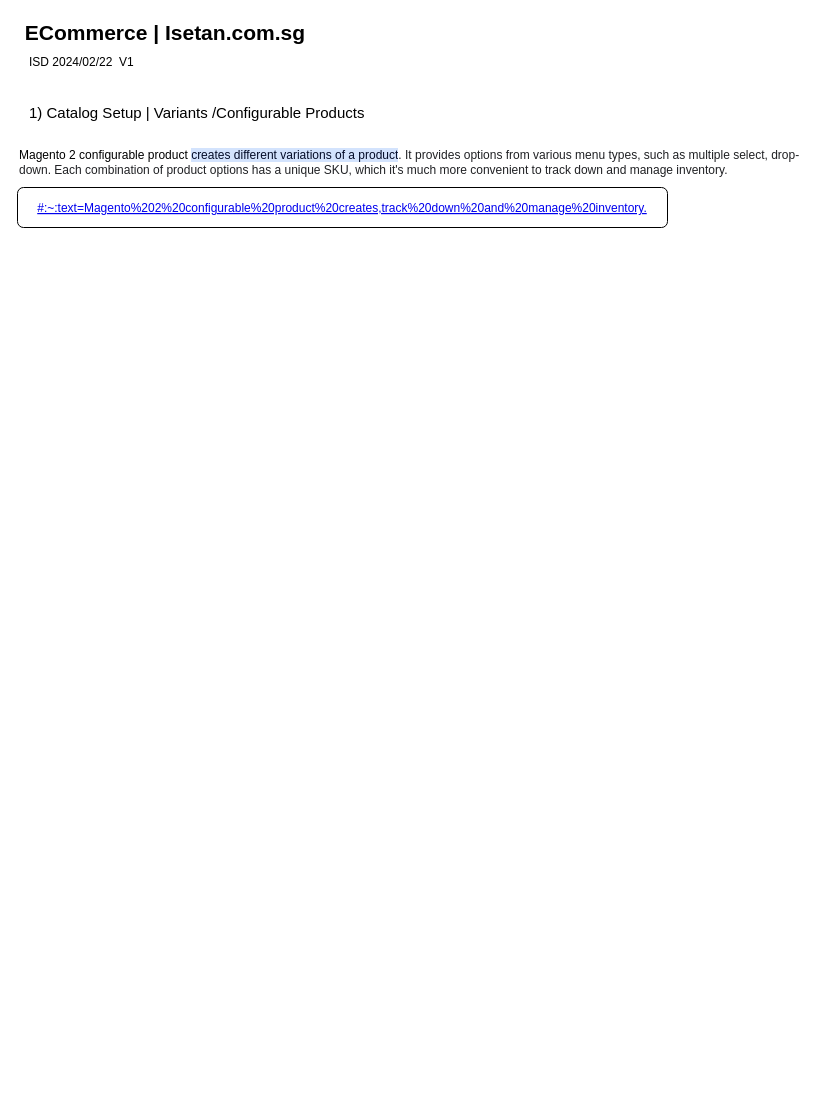
Above: MG_Variants.drawio in kasungl/Isetan_Help (draw.io), before the change. Source tidied: cells renumbered, new cells numbered last; positions are measured from the earlier drawing's top-left corner, leaving out a move shared by most shapes. Both pictures are drawn from the tidied source at 100%, with x=0, y=0 at pixel (17, 17).
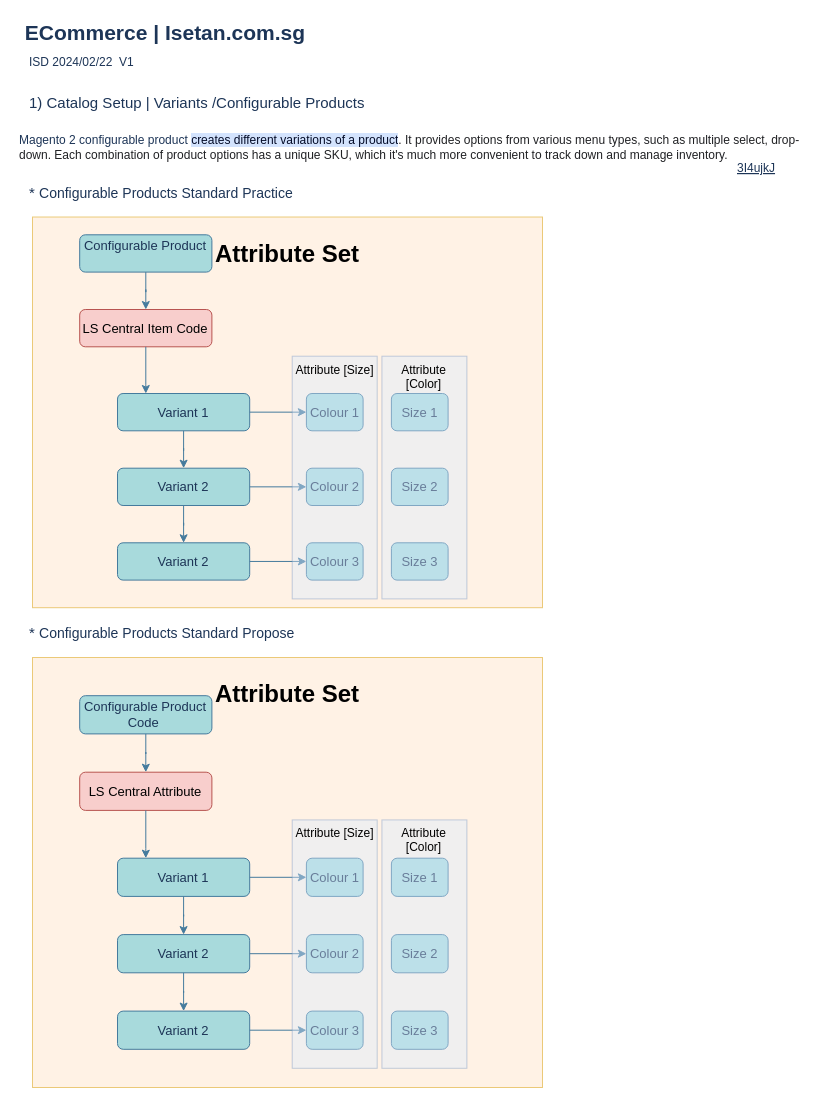
The same diagram, later.

Diff of the diagram source:
```diff
@@
-    <mxCell id="2" value="&amp;nbsp;ECommerce | Isetan.com.sg" style="text;strokeColor=none;align=left;fillColor=none;html=1;verticalAlign=middle;whiteSpace=wrap;rounded=0;fontSize=21;fontStyle=1;" parent="1" vertex="1">
+    <mxCell id="2" value="&amp;nbsp;ECommerce | Isetan.com.sg" style="text;strokeColor=none;align=left;fillColor=none;html=1;verticalAlign=middle;whiteSpace=wrap;rounded=0;fontSize=21;fontStyle=1;labelBackgroundColor=none;fontColor=#1D3557;" parent="1" vertex="1">
       <mxGeometry width="540" height="30" as="geometry" />
     </mxCell>
-    <mxCell id="3" value="1) Catalog Setup | Variants /Configurable Products&amp;nbsp;" style="text;strokeColor=none;align=left;fillColor=none;html=1;verticalAlign=middle;whiteSpace=wrap;rounded=0;fontSize=15;fontStyle=0;" parent="1" vertex="1">
-      <mxGeometry x="10" y="80" width="490" height="30" as="geometry" />
+    <mxCell id="3" value="1) Catalog Setup | Variants /Configurable Products&amp;nbsp;" style="text;strokeColor=none;align=left;fillColor=none;html=1;verticalAlign=middle;whiteSpace=wrap;rounded=0;fontSize=15;fontStyle=0;labelBackgroundColor=none;fontColor=#1D3557;" parent="1" vertex="1">
+      <mxGeometry x="10" y="70" width="490" height="30" as="geometry" />
     </mxCell>
-    <mxCell id="4" value="ISD 2024/02/22&amp;nbsp; V1" style="text;strokeColor=none;align=left;fillColor=none;html=1;verticalAlign=middle;whiteSpace=wrap;rounded=0;" parent="1" vertex="1">
+    <mxCell id="4" value="ISD 2024/02/22&amp;nbsp; V1" style="text;strokeColor=none;align=left;fillColor=none;html=1;verticalAlign=middle;whiteSpace=wrap;rounded=0;labelBackgroundColor=none;fontColor=#1D3557;" parent="1" vertex="1">
       <mxGeometry x="10" y="30" width="160" height="30" as="geometry" />
     </mxCell>
-    <mxCell id="5" value="&lt;font style=&quot;font-size: 12px;&quot;&gt;Magento 2 configurable product&amp;nbsp;&lt;span style=&quot;background-color: rgb(211, 227, 253); color: rgb(4, 12, 40); font-family: &amp;quot;Google Sans&amp;quot;, arial, sans-serif;&quot;&gt;creates different variations of a product&lt;/span&gt;&lt;span style=&quot;color: rgb(32, 33, 36); font-family: &amp;quot;Google Sans&amp;quot;, arial, sans-serif; background-color: rgb(255, 255, 255);&quot;&gt;. It provides options from various menu types, such as multiple select, drop-down. Each combination of product options has a unique SKU, which it's much more convenient to track down and manage inventory.&lt;/span&gt;&lt;/font&gt;" style="text;strokeColor=none;align=left;fillColor=none;html=1;verticalAlign=middle;whiteSpace=wrap;rounded=0;" parent="1" vertex="1">
-      <mxGeometry y="110" width="790" height="70" as="geometry" />
+    <mxCell id="5" value="&lt;font style=&quot;font-size: 12px;&quot;&gt;Magento 2 configurable product&amp;nbsp;&lt;span style=&quot;background-color: rgb(211, 227, 253); color: rgb(4, 12, 40); font-family: &amp;quot;Google Sans&amp;quot;, arial, sans-serif;&quot;&gt;creates different variations of a product&lt;/span&gt;&lt;span style=&quot;color: rgb(32, 33, 36); font-family: &amp;quot;Google Sans&amp;quot;, arial, sans-serif; background-color: rgb(255, 255, 255);&quot;&gt;. It provides options from various menu types, such as multiple select, drop-down. Each combination of product options has a unique SKU, which it's much more convenient to track down and manage inventory.&lt;/span&gt;&lt;/font&gt;" style="text;strokeColor=none;align=left;fillColor=none;html=1;verticalAlign=middle;whiteSpace=wrap;rounded=0;labelBackgroundColor=none;fontColor=#1D3557;" parent="1" vertex="1">
+      <mxGeometry y="100" width="790" height="60" as="geometry" />
     </mxCell>
-    <mxCell id="6" value="#:~:text=Magento%202%20configurable%20product%20creates,track%20down%20and%20manage%20inventory." style="fontColor=#0000EE;fontStyle=4;rounded=1;overflow=hidden;spacing=10;" parent="1" vertex="1">
-      <mxGeometry y="170" width="650" height="40" as="geometry" />
-    </mxCell>
+    <mxCell id="7" value="3I4ujkJ" style="fontColor=#1D3557;fontStyle=4;rounded=0;overflow=hidden;spacing=10;strokeColor=none;fillColor=none;align=left;labelBackgroundColor=none;" parent="1" vertex="1">
+      <mxGeometry x="710" y="130" width="60" height="40" as="geometry" />
+    </mxCell>
+    <mxCell id="8" value="&lt;font style=&quot;&quot;&gt;*&amp;nbsp;&lt;/font&gt;&lt;font style=&quot;font-size: 14px;&quot;&gt;Configurable Products Standard Practice&lt;/font&gt;&amp;nbsp;&amp;nbsp;" style="text;strokeColor=none;align=left;fillColor=none;html=1;verticalAlign=middle;whiteSpace=wrap;rounded=0;fontSize=15;fontStyle=0;labelBackgroundColor=none;fontColor=#1D3557;" parent="1" vertex="1">
+      <mxGeometry x="10" y="160" width="490" height="30" as="geometry" />
+    </mxCell>
+    <mxCell id="9" value="&lt;font style=&quot;&quot;&gt;*&amp;nbsp;&lt;/font&gt;&lt;font style=&quot;font-size: 14px;&quot;&gt;Configurable Products Standard Propose&lt;/font&gt;&amp;nbsp;&amp;nbsp;" style="text;strokeColor=none;align=left;fillColor=none;html=1;verticalAlign=middle;whiteSpace=wrap;rounded=0;fontSize=15;fontStyle=0;labelBackgroundColor=none;fontColor=#1D3557;" parent="1" vertex="1">
+      <mxGeometry x="10" y="600" width="490" height="30" as="geometry" />
+    </mxCell>
+    <mxCell id="10" style="group;" parent="1" vertex="1">
+      <mxGeometry x="15" y="180" width="510" height="420" as="geometry" />
+    </mxCell>
+    <mxCell id="11" value="&lt;h1&gt;Attribute Set&lt;/h1&gt;" style="rounded=0;whiteSpace=wrap;html=1;strokeColor=#d79b00;fillColor=#ffe6cc;opacity=50;verticalAlign=top;align=center;" parent="10" vertex="1">
+      <mxGeometry y="19.5" width="510" height="390.7" as="geometry" />
+    </mxCell>
+    <mxCell id="12" value="Configurable Product&lt;div&gt;&lt;br/&gt;&lt;/div&gt;" style="rounded=1;whiteSpace=wrap;html=1;labelBackgroundColor=none;fillColor=#A8DADC;fontColor=#1D3557;fontSize=13;strokeColor=#457B9D;" parent="10" vertex="1">
+      <mxGeometry x="47.2" y="37.3" width="132.2" height="37.3" as="geometry" />
+    </mxCell>
+    <mxCell id="13" value="LS Central Item Code" style="rounded=1;whiteSpace=wrap;html=1;labelBackgroundColor=none;fillColor=#f8cecc;fontSize=13;strokeColor=#b85450;" parent="10" vertex="1">
+      <mxGeometry x="47.2" y="112" width="132.2" height="37.3" as="geometry" />
+    </mxCell>
+    <mxCell id="14" style="edgeStyle=orthogonalEdgeStyle;rounded=0;jettySize=auto;html=1;strokeColor=#457B9D;fontColor=#1D3557;fillColor=#A8DADC;" parent="10" edge="1" source="12" target="13">
+      <mxGeometry relative="1" as="geometry" />
+    </mxCell>
+    <mxCell id="15" value="Variant 1" style="rounded=1;whiteSpace=wrap;html=1;labelBackgroundColor=none;fillColor=#A8DADC;fontColor=#1D3557;fontSize=13;strokeColor=#457B9D;" parent="10" vertex="1">
+      <mxGeometry x="85" y="196" width="132.2" height="37.3" as="geometry" />
+    </mxCell>
+    <mxCell id="16" style="edgeStyle=orthogonalEdgeStyle;rounded=0;jettySize=auto;html=1;strokeColor=#457B9D;fontColor=#1D3557;fillColor=#A8DADC;" parent="10" edge="1" source="13" target="15">
+      <mxGeometry relative="1" as="geometry">
+        <Array as="points">
+          <mxPoint x="113.3" y="186.7" />
+          <mxPoint x="113.3" y="186.7" />
+        </Array>
+      </mxGeometry>
+    </mxCell>
+    <mxCell id="17" value="Variant 2" style="rounded=1;whiteSpace=wrap;html=1;labelBackgroundColor=none;fillColor=#A8DADC;fontColor=#1D3557;fontSize=13;strokeColor=#457B9D;" parent="10" vertex="1">
+      <mxGeometry x="85" y="270.7" width="132.2" height="37.3" as="geometry" />
+    </mxCell>
+    <mxCell id="18" style="edgeStyle=orthogonalEdgeStyle;rounded=0;jettySize=auto;html=1;strokeColor=#457B9D;fontColor=#1D3557;fillColor=#A8DADC;" parent="10" edge="1" source="15" target="17">
+      <mxGeometry relative="1" as="geometry" />
+    </mxCell>
+    <mxCell id="19" value="Colour 1" style="rounded=1;whiteSpace=wrap;html=1;labelBackgroundColor=none;fillColor=#A8DADC;fontColor=#1D3557;fontSize=13;strokeColor=#457B9D;" parent="10" vertex="1">
+      <mxGeometry x="273.9" y="196" width="56.7" height="37.3" as="geometry" />
+    </mxCell>
+    <mxCell id="20" style="edgeStyle=orthogonalEdgeStyle;rounded=0;jettySize=auto;html=1;strokeColor=#457B9D;fontColor=#1D3557;fillColor=#A8DADC;" parent="10" edge="1" source="15" target="19">
+      <mxGeometry relative="1" as="geometry" />
+    </mxCell>
+    <mxCell id="21" value="Size 1" style="rounded=1;whiteSpace=wrap;html=1;labelBackgroundColor=none;fillColor=#A8DADC;fontColor=#1D3557;fontSize=13;strokeColor=#457B9D;" parent="10" vertex="1">
+      <mxGeometry x="358.9" y="196" width="56.7" height="37.3" as="geometry" />
+    </mxCell>
+    <mxCell id="22" value="Colour 2" style="rounded=1;whiteSpace=wrap;html=1;labelBackgroundColor=none;fillColor=#A8DADC;fontColor=#1D3557;fontSize=13;strokeColor=#457B9D;" parent="10" vertex="1">
+      <mxGeometry x="273.9" y="270.7" width="56.7" height="37.3" as="geometry" />
+    </mxCell>
+    <mxCell id="23" style="edgeStyle=orthogonalEdgeStyle;rounded=0;jettySize=auto;html=1;strokeColor=#457B9D;fontColor=#1D3557;fillColor=#A8DADC;" parent="10" edge="1" source="17" target="22">
+      <mxGeometry relative="1" as="geometry" />
+    </mxCell>
+    <mxCell id="24" value="Size 2" style="rounded=1;whiteSpace=wrap;html=1;labelBackgroundColor=none;fillColor=#A8DADC;fontColor=#1D3557;fontSize=13;strokeColor=#457B9D;" parent="10" vertex="1">
+      <mxGeometry x="358.9" y="270.7" width="56.7" height="37.3" as="geometry" />
+    </mxCell>
+    <mxCell id="25" value="Variant 2" style="rounded=1;whiteSpace=wrap;html=1;labelBackgroundColor=none;fillColor=#A8DADC;fontColor=#1D3557;fontSize=13;strokeColor=#457B9D;" parent="10" vertex="1">
+      <mxGeometry x="85" y="345.3" width="132.2" height="37.3" as="geometry" />
+    </mxCell>
+    <mxCell id="26" style="edgeStyle=orthogonalEdgeStyle;rounded=0;jettySize=auto;html=1;strokeColor=#457B9D;fontColor=#1D3557;fillColor=#A8DADC;" parent="10" edge="1" source="17" target="25">
+      <mxGeometry relative="1" as="geometry" />
+    </mxCell>
+    <mxCell id="27" value="Colour 3" style="rounded=1;whiteSpace=wrap;html=1;labelBackgroundColor=none;fillColor=#A8DADC;fontColor=#1D3557;fontSize=13;strokeColor=#457B9D;" parent="10" vertex="1">
+      <mxGeometry x="273.9" y="345.3" width="56.7" height="37.3" as="geometry" />
+    </mxCell>
+    <mxCell id="28" style="edgeStyle=orthogonalEdgeStyle;rounded=0;jettySize=auto;html=1;strokeColor=#457B9D;fontColor=#1D3557;fillColor=#A8DADC;" parent="10" edge="1" source="25" target="27">
+      <mxGeometry relative="1" as="geometry" />
+    </mxCell>
+    <mxCell id="29" value="Size 3" style="rounded=1;whiteSpace=wrap;html=1;labelBackgroundColor=none;fillColor=#A8DADC;fontColor=#1D3557;fontSize=13;strokeColor=#457B9D;" parent="10" vertex="1">
+      <mxGeometry x="358.9" y="345.3" width="56.7" height="37.3" as="geometry" />
+    </mxCell>
+    <mxCell id="30" value="Attribute [Color]" style="rounded=0;whiteSpace=wrap;html=1;strokeColor=#6c8ebf;fillColor=#dae8fc;opacity=40;align=center;verticalAlign=top;" parent="10" vertex="1">
+      <mxGeometry x="349.4" y="158.7" width="85" height="242.7" as="geometry" />
+    </mxCell>
+    <mxCell id="31" value="Attribute [Size]" style="rounded=0;whiteSpace=wrap;html=1;strokeColor=#6c8ebf;fillColor=#dae8fc;opacity=40;align=center;verticalAlign=top;" parent="10" vertex="1">
+      <mxGeometry x="259.7" y="158.7" width="85" height="242.7" as="geometry" />
+    </mxCell>
+    <mxCell id="32" style="group;" parent="1" vertex="1">
+      <mxGeometry x="15" y="640" width="510" height="430" as="geometry" />
+    </mxCell>
+    <mxCell id="33" value="&lt;h1&gt;Attribute Set&lt;/h1&gt;" style="rounded=0;whiteSpace=wrap;html=1;strokeColor=#d79b00;fillColor=#ffe6cc;opacity=50;verticalAlign=top;align=center;" parent="32" vertex="1">
+      <mxGeometry width="510" height="430" as="geometry" />
+    </mxCell>
+    <mxCell id="34" value="Configurable Product&lt;br&gt;Code&amp;nbsp;" style="rounded=1;whiteSpace=wrap;html=1;labelBackgroundColor=none;fillColor=#A8DADC;fontColor=#1D3557;fontSize=13;strokeColor=#457B9D;" parent="32" vertex="1">
+      <mxGeometry x="47.2" y="38.2" width="132.2" height="38.2" as="geometry" />
+    </mxCell>
+    <mxCell id="35" value="LS Central Attribute" style="rounded=1;whiteSpace=wrap;html=1;labelBackgroundColor=none;fillColor=#f8cecc;fontSize=13;strokeColor=#b85450;" parent="32" vertex="1">
+      <mxGeometry x="47.2" y="114.7" width="132.2" height="38.2" as="geometry" />
+    </mxCell>
+    <mxCell id="36" style="edgeStyle=orthogonalEdgeStyle;rounded=0;jettySize=auto;html=1;strokeColor=#457B9D;fontColor=#1D3557;fillColor=#A8DADC;" parent="32" edge="1" source="34" target="35">
+      <mxGeometry relative="1" as="geometry" />
+    </mxCell>
+    <mxCell id="37" value="Variant 1" style="rounded=1;whiteSpace=wrap;html=1;labelBackgroundColor=none;fillColor=#A8DADC;fontColor=#1D3557;fontSize=13;strokeColor=#457B9D;" parent="32" vertex="1">
+      <mxGeometry x="85" y="200.7" width="132.2" height="38.2" as="geometry" />
+    </mxCell>
+    <mxCell id="38" style="edgeStyle=orthogonalEdgeStyle;rounded=0;jettySize=auto;html=1;strokeColor=#457B9D;fontColor=#1D3557;fillColor=#A8DADC;" parent="32" edge="1" source="35" target="37">
+      <mxGeometry relative="1" as="geometry">
+        <Array as="points">
+          <mxPoint x="113.3" y="191.1" />
+          <mxPoint x="113.3" y="191.1" />
+        </Array>
+      </mxGeometry>
+    </mxCell>
+    <mxCell id="39" value="Variant 2" style="rounded=1;whiteSpace=wrap;html=1;labelBackgroundColor=none;fillColor=#A8DADC;fontColor=#1D3557;fontSize=13;strokeColor=#457B9D;" parent="32" vertex="1">
+      <mxGeometry x="85" y="277.1" width="132.2" height="38.2" as="geometry" />
+    </mxCell>
+    <mxCell id="40" style="edgeStyle=orthogonalEdgeStyle;rounded=0;jettySize=auto;html=1;strokeColor=#457B9D;fontColor=#1D3557;fillColor=#A8DADC;" parent="32" edge="1" source="37" target="39">
+      <mxGeometry relative="1" as="geometry" />
+    </mxCell>
+    <mxCell id="41" value="Colour 1" style="rounded=1;whiteSpace=wrap;html=1;labelBackgroundColor=none;fillColor=#A8DADC;fontColor=#1D3557;fontSize=13;strokeColor=#457B9D;" parent="32" vertex="1">
+      <mxGeometry x="273.9" y="200.7" width="56.7" height="38.2" as="geometry" />
+    </mxCell>
+    <mxCell id="42" style="edgeStyle=orthogonalEdgeStyle;rounded=0;jettySize=auto;html=1;strokeColor=#457B9D;fontColor=#1D3557;fillColor=#A8DADC;" parent="32" edge="1" source="37" target="41">
+      <mxGeometry relative="1" as="geometry" />
+    </mxCell>
+    <mxCell id="43" value="Size 1" style="rounded=1;whiteSpace=wrap;html=1;labelBackgroundColor=none;fillColor=#A8DADC;fontColor=#1D3557;fontSize=13;strokeColor=#457B9D;" parent="32" vertex="1">
+      <mxGeometry x="358.9" y="200.7" width="56.7" height="38.2" as="geometry" />
+    </mxCell>
+    <mxCell id="44" value="Colour 2" style="rounded=1;whiteSpace=wrap;html=1;labelBackgroundColor=none;fillColor=#A8DADC;fontColor=#1D3557;fontSize=13;strokeColor=#457B9D;" parent="32" vertex="1">
+      <mxGeometry x="273.9" y="277.1" width="56.7" height="38.2" as="geometry" />
+    </mxCell>
+    <mxCell id="45" style="edgeStyle=orthogonalEdgeStyle;rounded=0;jettySize=auto;html=1;strokeColor=#457B9D;fontColor=#1D3557;fillColor=#A8DADC;" parent="32" edge="1" source="39" target="44">
+      <mxGeometry relative="1" as="geometry" />
+    </mxCell>
+    <mxCell id="46" value="Size 2" style="rounded=1;whiteSpace=wrap;html=1;labelBackgroundColor=none;fillColor=#A8DADC;fontColor=#1D3557;fontSize=13;strokeColor=#457B9D;" parent="32" vertex="1">
+      <mxGeometry x="358.9" y="277.1" width="56.7" height="38.2" as="geometry" />
+    </mxCell>
+    <mxCell id="47" value="Variant 2" style="rounded=1;whiteSpace=wrap;html=1;labelBackgroundColor=none;fillColor=#A8DADC;fontColor=#1D3557;fontSize=13;strokeColor=#457B9D;" parent="32" vertex="1">
+      <mxGeometry x="85" y="353.6" width="132.2" height="38.2" as="geometry" />
+    </mxCell>
+    <mxCell id="48" style="edgeStyle=orthogonalEdgeStyle;rounded=0;jettySize=auto;html=1;strokeColor=#457B9D;fontColor=#1D3557;fillColor=#A8DADC;" parent="32" edge="1" source="39" target="47">
+      <mxGeometry relative="1" as="geometry" />
+    </mxCell>
+    <mxCell id="49" value="Colour 3" style="rounded=1;whiteSpace=wrap;html=1;labelBackgroundColor=none;fillColor=#A8DADC;fontColor=#1D3557;fontSize=13;strokeColor=#457B9D;" parent="32" vertex="1">
+      <mxGeometry x="273.9" y="353.6" width="56.7" height="38.2" as="geometry" />
+    </mxCell>
+    <mxCell id="50" style="edgeStyle=orthogonalEdgeStyle;rounded=0;jettySize=auto;html=1;strokeColor=#457B9D;fontColor=#1D3557;fillColor=#A8DADC;" parent="32" edge="1" source="47" target="49">
+      <mxGeometry relative="1" as="geometry" />
+    </mxCell>
+    <mxCell id="51" value="Size 3" style="rounded=1;whiteSpace=wrap;html=1;labelBackgroundColor=none;fillColor=#A8DADC;fontColor=#1D3557;fontSize=13;strokeColor=#457B9D;" parent="32" vertex="1">
+      <mxGeometry x="358.9" y="353.6" width="56.7" height="38.2" as="geometry" />
+    </mxCell>
+    <mxCell id="52" value="Attribute [Color]" style="rounded=0;whiteSpace=wrap;html=1;strokeColor=#6c8ebf;fillColor=#dae8fc;opacity=40;align=center;verticalAlign=top;" parent="32" vertex="1">
+      <mxGeometry x="349.4" y="162.4" width="85" height="248.4" as="geometry" />
+    </mxCell>
+    <mxCell id="53" value="Attribute [Size]" style="rounded=0;whiteSpace=wrap;html=1;strokeColor=#6c8ebf;fillColor=#dae8fc;opacity=40;align=center;verticalAlign=top;" parent="32" vertex="1">
+      <mxGeometry x="259.7" y="162.4" width="85" height="248.4" as="geometry" />
+    </mxCell>
```
